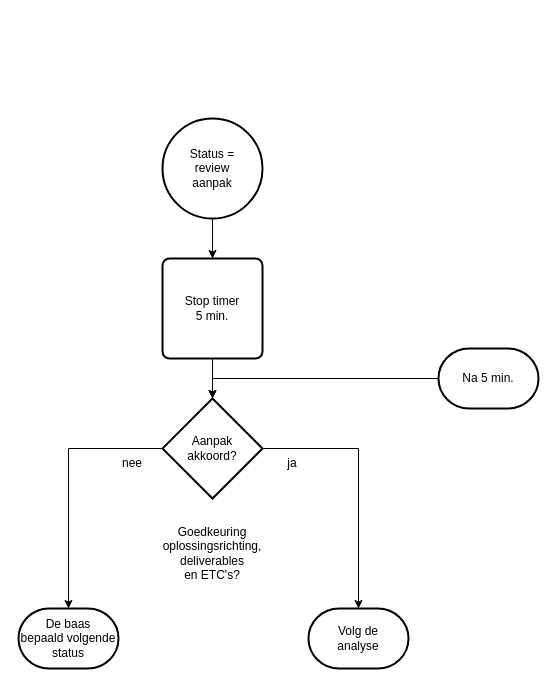
Earlier version of the draw.io diagram 2 Issue Tracker review aanpak.drawio (Zaibatsu89/IssueTracker). Source tidied: cells renumbered, new cells numbered last; positions are measured from the earlier drawing's top-left corner, leaving out a move shared by most shapes. Both pictures are drawn from the tidied source at 100%, with x=0, y=0 at pixel (18, 118).
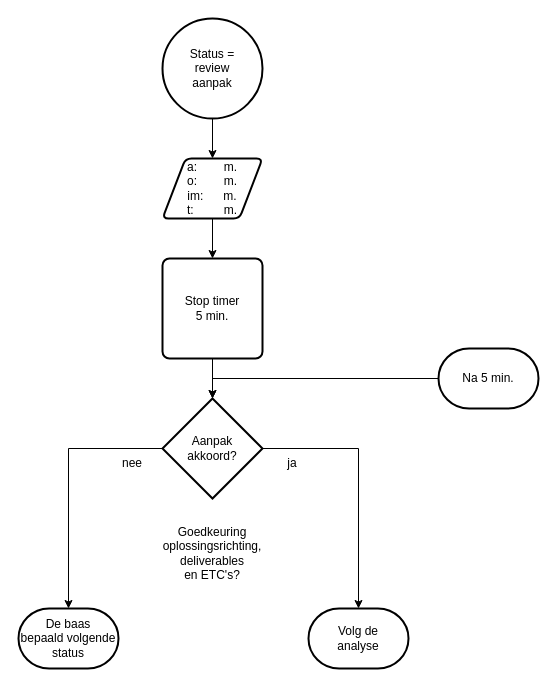
The same page after the edit.

The edit, as a diff of the source:
```diff
@@
 <mxGraphModel>
   <root>
     <mxCell id="0" />
     <mxCell id="1" parent="0" />
-    <mxCell id="2" style="edgeStyle=orthogonalEdgeStyle;rounded=0;jettySize=auto;html=1;" parent="1" edge="1" source="3" target="5">
-      <mxGeometry relative="1" as="geometry" />
-    </mxCell>
+    <mxCell id="16" style="edgeStyle=orthogonalEdgeStyle;rounded=0;jettySize=auto;html=1;" parent="1" edge="1" source="3" target="18">
+      <mxGeometry relative="1" as="geometry" />
+    </mxCell>
     <mxCell id="3" value="Status =&lt;br&gt;review&lt;br&gt;aanpak" style="strokeWidth=2;html=1;shape=mxgraph.flowchart.start_2;whiteSpace=wrap;" parent="1" vertex="1">
-      <mxGeometry x="144" width="100" height="100" as="geometry" />
+      <mxGeometry x="144" y="-100" width="100" height="100" as="geometry" />
     </mxCell>
     <mxCell id="4" style="edgeStyle=orthogonalEdgeStyle;rounded=0;jettySize=auto;html=1;" parent="1" edge="1" source="5" target="6">
       <mxGeometry relative="1" as="geometry" />
     </mxCell>
     <mxCell id="5" value="Stop timer&lt;br&gt;5 min." style="rounded=1;whiteSpace=wrap;html=1;absoluteArcSize=1;arcSize=14;strokeWidth=2;" parent="1" vertex="1">
       <mxGeometry x="144" y="140" width="100" height="100" as="geometry" />
     </mxCell>
     <mxCell id="6" value="Aanpak&lt;br&gt;akkoord?" style="strokeWidth=2;html=1;shape=mxgraph.flowchart.decision;whiteSpace=wrap;" parent="1" vertex="1">
       <mxGeometry x="144" y="280" width="100" height="100" as="geometry" />
     </mxCell>
     <mxCell id="7" value="ja" style="text;html=1;whiteSpace=wrap;strokeColor=none;fillColor=none;align=center;verticalAlign=middle;rounded=0;" parent="1" vertex="1">
       <mxGeometry x="244" y="330" width="60" height="30" as="geometry" />
     </mxCell>
     <mxCell id="8" value="De baas&lt;br&gt;bepaald volgende&lt;br&gt;status" style="strokeWidth=2;html=1;shape=mxgraph.flowchart.terminator;whiteSpace=wrap;" parent="1" vertex="1">
       <mxGeometry y="490" width="100" height="60" as="geometry" />
     </mxCell>
     <mxCell id="9" value="nee" style="text;html=1;whiteSpace=wrap;strokeColor=none;fillColor=none;align=center;verticalAlign=middle;rounded=0;" parent="1" vertex="1">
       <mxGeometry x="84" y="330" width="60" height="30" as="geometry" />
     </mxCell>
     <mxCell id="10" value="Na 5 min." style="strokeWidth=2;html=1;shape=mxgraph.flowchart.terminator;whiteSpace=wrap;" parent="1" vertex="1">
       <mxGeometry x="420" y="230" width="100" height="60" as="geometry" />
     </mxCell>
     <mxCell id="11" style="edgeStyle=orthogonalEdgeStyle;rounded=0;jettySize=auto;html=1;exitX=0;exitY=0.5;exitDx=0;exitDy=0;exitPerimeter=0;entryX=0.5;entryY=0;entryDx=0;entryDy=0;entryPerimeter=0;" parent="1" edge="1" source="10" target="6">
       <mxGeometry relative="1" as="geometry" />
     </mxCell>
     <mxCell id="12" value="Volg de&lt;br&gt;analyse" style="strokeWidth=2;html=1;shape=mxgraph.flowchart.terminator;whiteSpace=wrap;" parent="1" vertex="1">
       <mxGeometry x="290" y="490" width="100" height="60" as="geometry" />
     </mxCell>
     <mxCell id="13" value="Goedkeuring&lt;br&gt;oplossingsrichting,&lt;br&gt;deliverables&lt;br&gt;en ETC's?" style="text;html=1;whiteSpace=wrap;strokeColor=none;fillColor=none;align=center;verticalAlign=middle;rounded=0;" parent="1" vertex="1">
       <mxGeometry x="164" y="420" width="60" height="30" as="geometry" />
     </mxCell>
     <mxCell id="14" style="edgeStyle=orthogonalEdgeStyle;rounded=0;jettySize=auto;html=1;exitX=0;exitY=0.5;exitDx=0;exitDy=0;exitPerimeter=0;entryX=0.5;entryY=0;entryDx=0;entryDy=0;entryPerimeter=0;" parent="1" edge="1" source="6" target="8">
       <mxGeometry relative="1" as="geometry" />
     </mxCell>
     <mxCell id="15" style="edgeStyle=orthogonalEdgeStyle;rounded=0;jettySize=auto;html=1;exitX=1;exitY=0.5;exitDx=0;exitDy=0;exitPerimeter=0;entryX=0.5;entryY=0;entryDx=0;entryDy=0;entryPerimeter=0;" parent="1" edge="1" source="6" target="12">
       <mxGeometry relative="1" as="geometry" />
     </mxCell>
+    <mxCell id="17" style="edgeStyle=orthogonalEdgeStyle;rounded=0;jettySize=auto;html=1;" parent="1" edge="1" source="18" target="5">
+      <mxGeometry relative="1" as="geometry" />
+    </mxCell>
+    <mxCell id="18" value="a:&amp;nbsp; &amp;nbsp; &amp;nbsp; &amp;nbsp; m.&lt;br&gt;o:&amp;nbsp; &amp;nbsp; &amp;nbsp; &amp;nbsp; m.&lt;br&gt;im:&amp;nbsp; &amp;nbsp; &amp;nbsp; m.&lt;br&gt;t:&amp;nbsp; &amp;nbsp; &amp;nbsp; &amp;nbsp; &amp;nbsp;m." style="shape=parallelogram;html=1;strokeWidth=2;perimeter=parallelogramPerimeter;whiteSpace=wrap;rounded=1;arcSize=12;size=0.23;" parent="1" vertex="1">
+      <mxGeometry x="144" y="40" width="100" height="60" as="geometry" />
+    </mxCell>
   </root>
 </mxGraphModel>
```
